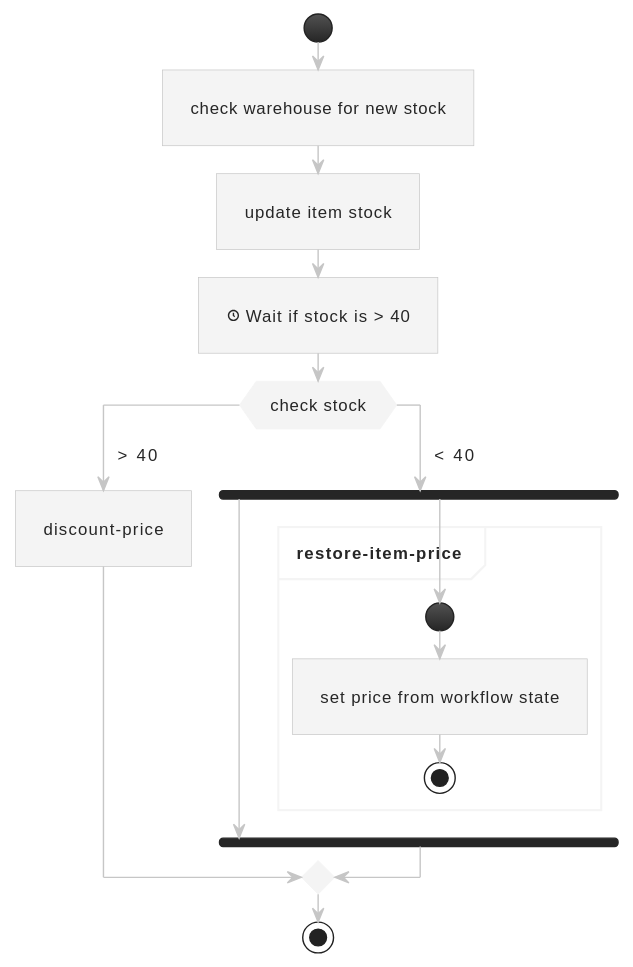
Above: example/check-warehouse.svg in sterlp/pmw (PlantUML), before the change.
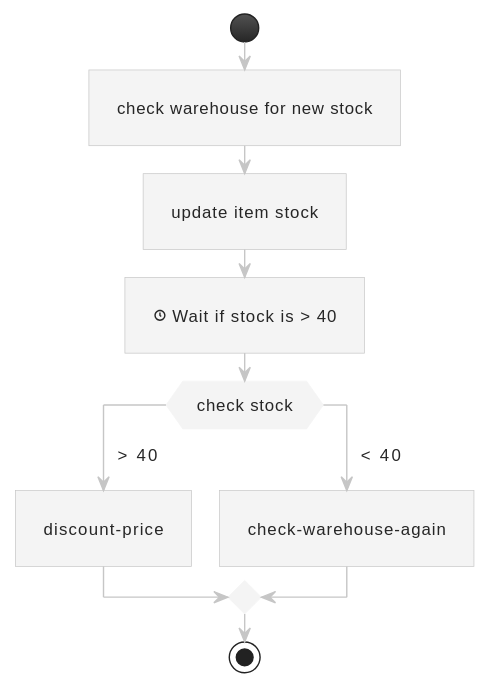
Above is the later version.

Change to the diagram source:
```diff
@@ -8,14 +8,7 @@
 case (> 40)
 :discount-price;
 case (< 40)
-fork
-fork again
-partition "restore-item-price"{
-start
-:set price from workflow state;
-stop
-}
-endfork
+:check-warehouse-again;
 endswitch
 stop
 @enduml
```
